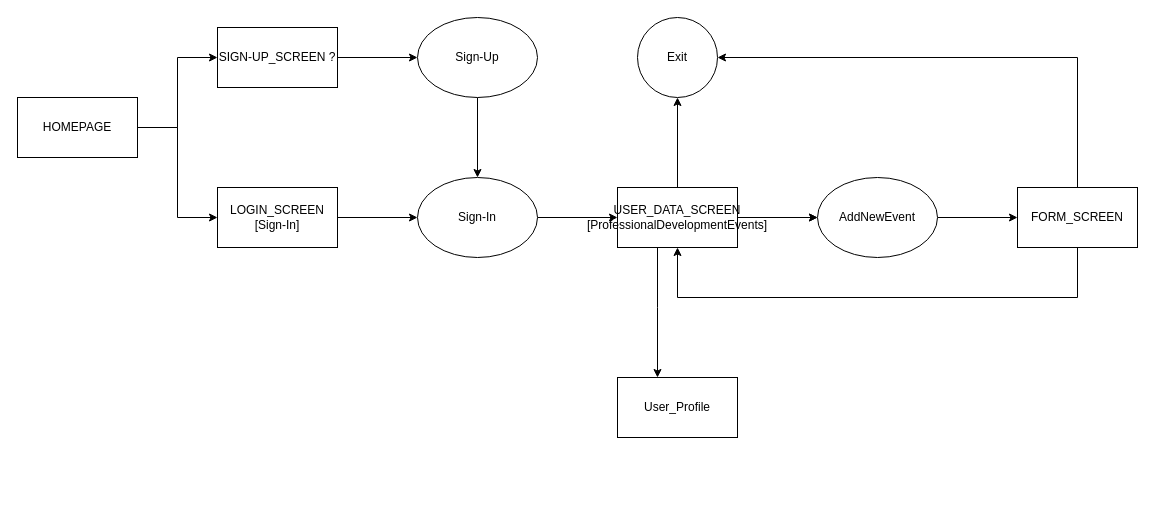
The draw.io diagram DESIGN/Temporary_Non-Normative_PROCESS_DESIGN_DIAGRAM.drawio in Team-Arbitrary/Team-Arbitrary.github.io, before the edit. Source tidied: cells renumbered, new cells numbered last; positions are measured from the earlier drawing's top-left corner, leaving out a move shared by most shapes. Both pictures are drawn from the tidied source at 100%, with x=0, y=0 at pixel (17, 17).
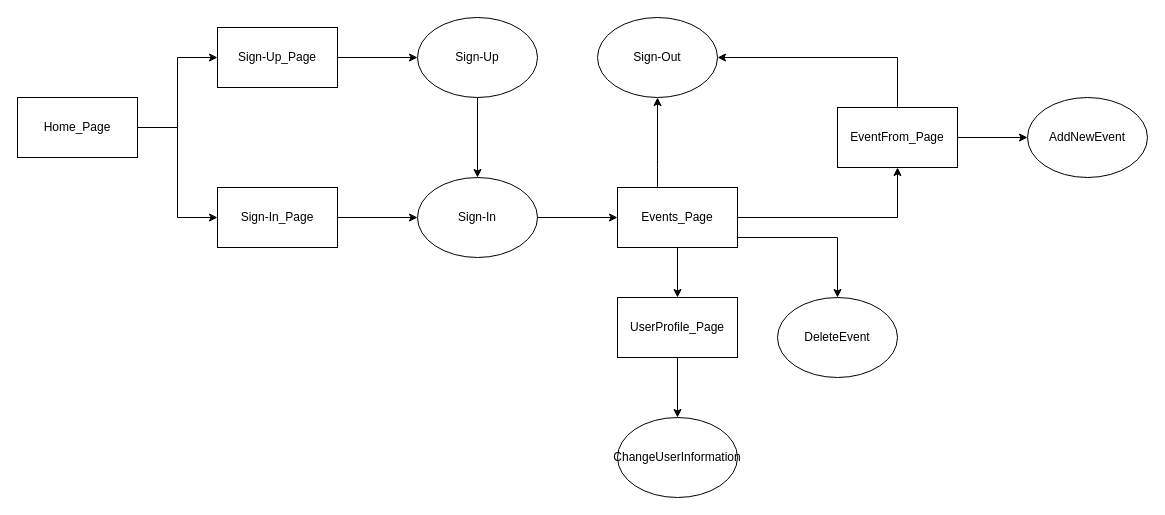
The same page after the edit.

The edit, as a diff of the source:
```diff
@@
-    <mxCell id="4" value="HOMEPAGE" style="rounded=0;whiteSpace=wrap;html=1;" parent="1" vertex="1">
+    <mxCell id="4" value="Home_Page" style="rounded=0;whiteSpace=wrap;html=1;" parent="1" vertex="1">
       <mxGeometry y="80" width="120" height="60" as="geometry" />
     </mxCell>
-    <mxCell id="5" value="Exit" style="ellipse;whiteSpace=wrap;html=1;" parent="1" vertex="1">
-      <mxGeometry x="620" width="80" height="80" as="geometry" />
-    </mxCell>
@@
-    <mxCell id="10" style="edgeStyle=orthogonalEdgeStyle;rounded=0;jettySize=auto;html=1;" parent="1" edge="1" source="12" target="21">
-      <mxGeometry relative="1" as="geometry">
-        <Array as="points">
-          <mxPoint x="1060" y="280" />
-          <mxPoint x="660" y="280" />
-        </Array>
-      </mxGeometry>
-    </mxCell>
-    <mxCell id="11" style="edgeStyle=orthogonalEdgeStyle;rounded=0;jettySize=auto;html=1;" parent="1" edge="1" source="12" target="5">
+    <mxCell id="11" style="edgeStyle=orthogonalEdgeStyle;rounded=0;jettySize=auto;html=1;" parent="1" edge="1" source="12" target="29">
       <mxGeometry relative="1" as="geometry">
         <Array as="points">
-          <mxPoint x="1060" y="40" />
+          <mxPoint x="880" y="40" />
         </Array>
       </mxGeometry>
     </mxCell>
+    <mxCell id="25" style="edgeStyle=orthogonalEdgeStyle;rounded=0;jettySize=auto;html=1;" parent="1" edge="1" source="12" target="23">
+      <mxGeometry relative="1" as="geometry" />
+    </mxCell>
-    <mxCell id="12" value="&lt;span&gt;FORM_SCREEN&lt;/span&gt;" style="rounded=0;whiteSpace=wrap;html=1;" parent="1" vertex="1">
-      <mxGeometry x="1000" y="170" width="120" height="60" as="geometry" />
+    <mxCell id="12" value="&lt;span&gt;EventFrom_Page&lt;/span&gt;" style="rounded=0;whiteSpace=wrap;html=1;" parent="1" vertex="1">
+      <mxGeometry x="820" y="90" width="120" height="60" as="geometry" />
     </mxCell>
@@
-    <mxCell id="14" value="LOGIN_SCREEN&lt;br&gt;[Sign-In]" style="rounded=0;whiteSpace=wrap;html=1;" parent="1" vertex="1">
+    <mxCell id="14" value="Sign-In_Page" style="rounded=0;whiteSpace=wrap;html=1;" parent="1" vertex="1">
       <mxGeometry x="200" y="170" width="120" height="60" as="geometry" />
     </mxCell>
@@
-    <mxCell id="16" value="SIGN-UP_SCREEN ?" style="rounded=0;whiteSpace=wrap;html=1;" parent="1" vertex="1">
+    <mxCell id="16" value="Sign-Up_Page" style="rounded=0;whiteSpace=wrap;html=1;" parent="1" vertex="1">
       <mxGeometry x="200" y="10" width="120" height="60" as="geometry" />
     </mxCell>
-    <mxCell id="17" style="edgeStyle=orthogonalEdgeStyle;rounded=0;jettySize=auto;html=1;" parent="1" edge="1" source="21" target="23">
-      <mxGeometry relative="1" as="geometry" />
-    </mxCell>
-    <mxCell id="18" style="edgeStyle=orthogonalEdgeStyle;rounded=0;jettySize=auto;html=1;" parent="1" edge="1" source="21" target="5">
-      <mxGeometry relative="1" as="geometry" />
+    <mxCell id="18" style="edgeStyle=orthogonalEdgeStyle;rounded=0;jettySize=auto;html=1;" parent="1" edge="1" source="21" target="29">
+      <mxGeometry relative="1" as="geometry">
+        <Array as="points">
+          <mxPoint x="640" y="150" />
+          <mxPoint x="640" y="150" />
+        </Array>
+      </mxGeometry>
     </mxCell>
@@
-    <mxCell id="20" style="edgeStyle=orthogonalEdgeStyle;rounded=0;jettySize=auto;html=1;" parent="1" edge="1" source="21" target="23">
-      <mxGeometry relative="1" as="geometry" />
-    </mxCell>
+    <mxCell id="26" style="edgeStyle=orthogonalEdgeStyle;rounded=0;jettySize=auto;html=1;" parent="1" edge="1" source="21" target="12">
+      <mxGeometry relative="1" as="geometry">
+        <Array as="points">
+          <mxPoint x="880" y="200" />
+        </Array>
+      </mxGeometry>
+    </mxCell>
+    <mxCell id="27" style="edgeStyle=orthogonalEdgeStyle;rounded=0;jettySize=auto;html=1;" parent="1" edge="1" source="21" target="30">
+      <mxGeometry relative="1" as="geometry">
+        <Array as="points">
+          <mxPoint x="820" y="220" />
+        </Array>
+      </mxGeometry>
+    </mxCell>
-    <mxCell id="21" value="USER_DATA_SCREEN&lt;br&gt;[ProfessionalDevelopmentEvents]" style="rounded=0;whiteSpace=wrap;html=1;" parent="1" vertex="1">
+    <mxCell id="21" value="Events_Page" style="rounded=0;whiteSpace=wrap;html=1;" parent="1" vertex="1">
       <mxGeometry x="600" y="170" width="120" height="60" as="geometry" />
     </mxCell>
-    <mxCell id="22" style="edgeStyle=orthogonalEdgeStyle;rounded=0;jettySize=auto;html=1;" parent="1" edge="1" source="23" target="12">
-      <mxGeometry relative="1" as="geometry" />
-    </mxCell>
     <mxCell id="23" value="AddNewEvent" style="ellipse;whiteSpace=wrap;html=1;" parent="1" vertex="1">
-      <mxGeometry x="800" y="160" width="120" height="80" as="geometry" />
+      <mxGeometry x="1010" y="80" width="120" height="80" as="geometry" />
     </mxCell>
+    <mxCell id="28" style="edgeStyle=orthogonalEdgeStyle;rounded=0;jettySize=auto;html=1;" parent="1" edge="1" source="24" target="31">
+      <mxGeometry relative="1" as="geometry" />
+    </mxCell>
-    <mxCell id="24" value="User_Profile" style="rounded=0;whiteSpace=wrap;html=1;" parent="1" vertex="1">
-      <mxGeometry x="600" y="360" width="120" height="60" as="geometry" />
+    <mxCell id="24" value="UserProfile_Page" style="rounded=0;whiteSpace=wrap;html=1;" parent="1" vertex="1">
+      <mxGeometry x="600" y="280" width="120" height="60" as="geometry" />
     </mxCell>
+    <mxCell id="29" value="Sign-Out" style="ellipse;whiteSpace=wrap;html=1;" parent="1" vertex="1">
+      <mxGeometry x="580" width="120" height="80" as="geometry" />
+    </mxCell>
+    <mxCell id="30" value="DeleteEvent" style="ellipse;whiteSpace=wrap;html=1;" parent="1" vertex="1">
+      <mxGeometry x="760" y="280" width="120" height="80" as="geometry" />
+    </mxCell>
+    <mxCell id="31" value="ChangeUserInformation" style="ellipse;whiteSpace=wrap;html=1;" parent="1" vertex="1">
+      <mxGeometry x="600" y="400" width="120" height="80" as="geometry" />
+    </mxCell>
```
